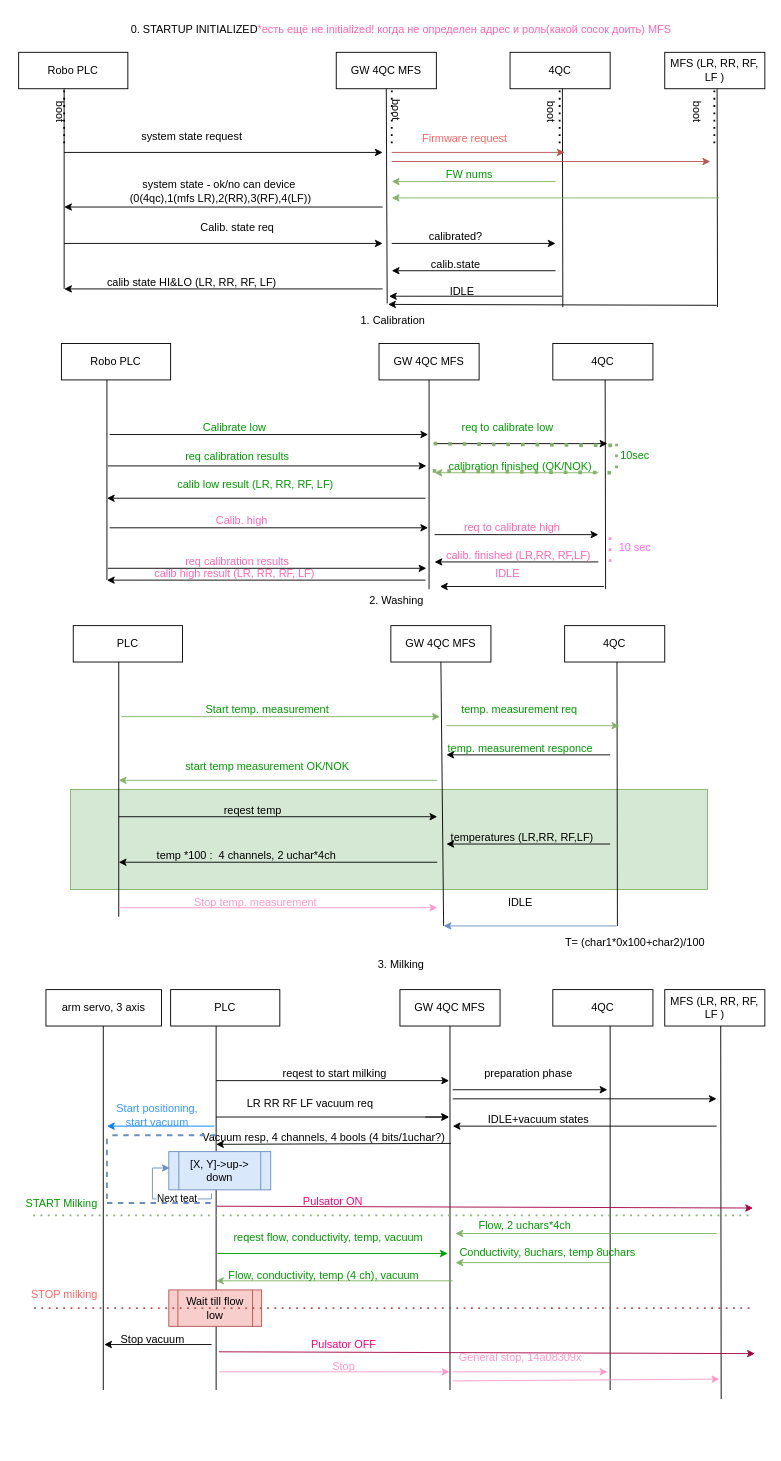
megavad/Diagrams keeps this draw.io diagram as page "GW system" (4 of 4) of gateway_farmcan.drawio. Above is the earlier version. Source tidied: cells renumbered, new cells numbered last; positions are measured from the earlier drawing's top-left corner, leaving out a move shared by most shapes. Both pictures are drawn from the tidied source at 91%, with x=0, y=0 at pixel (15, 15).
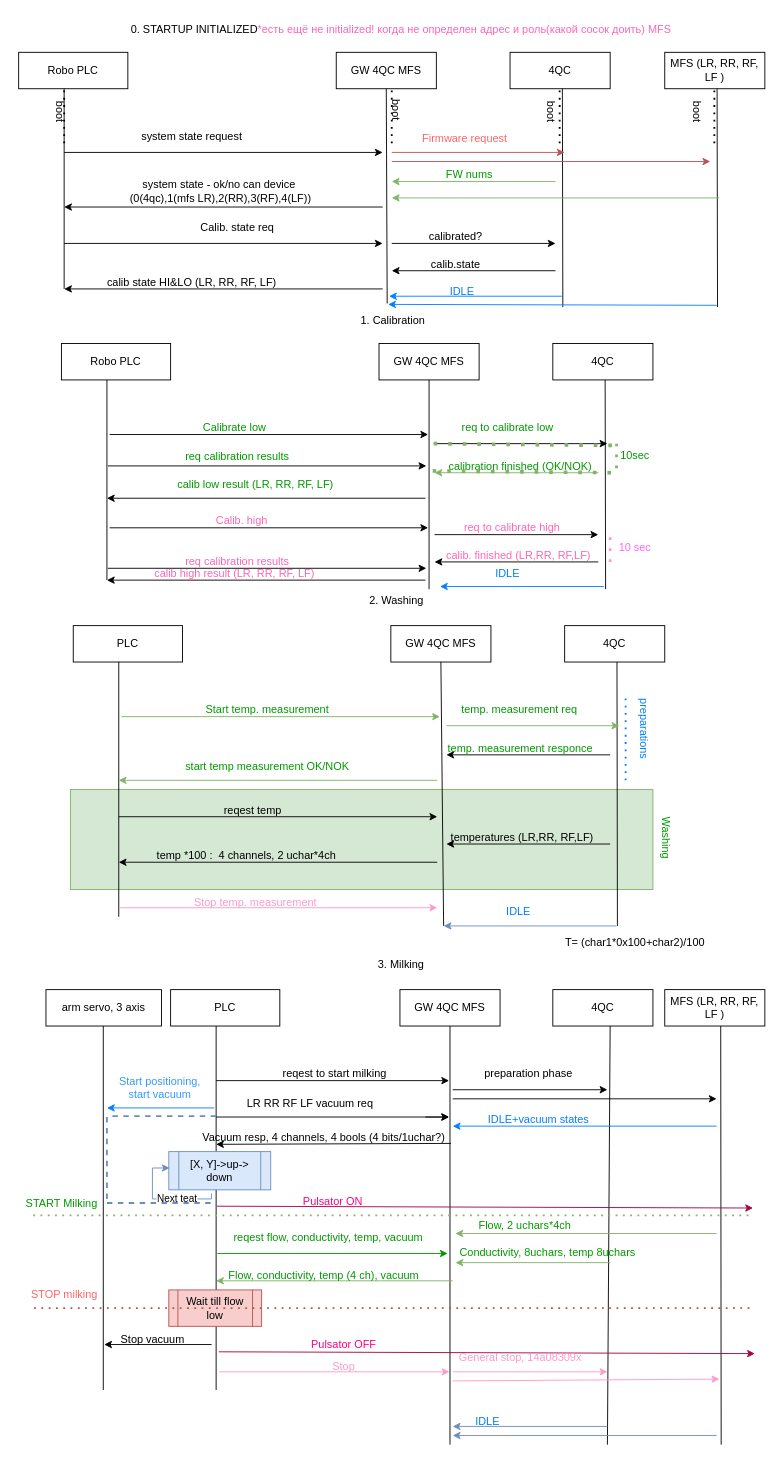
The same diagram, later.

The change refers to these unchanged cells:
```xml
<mxCell id="93" value="GW 4QC MFS" style="rounded=0;whiteSpace=wrap;html=1;" parent="1" vertex="1">
  <mxGeometry x="422" y="1070" width="110" height="40" as="geometry" />
</mxCell>
<mxCell id="120" value="Vacuum resp, 4 channels, 4 bools (4 bits/1uchar?)" style="text;html=1;align=center;verticalAlign=middle;points=[];strokeColor=none;fillColor=none;" parent="1" vertex="1">
  <mxGeometry x="193" y="1218" width="290" height="30" as="geometry" />
</mxCell>
```

What changed in the source:
```diff
@@
     <mxCell id="2" style="rounded=0;whiteSpace=wrap;html=1;fillColor=#d5e8d4;strokeColor=#82b366;" parent="1" vertex="1">
-      <mxGeometry x="60" y="850" width="700" height="110" as="geometry" />
+      <mxGeometry x="60" y="850" width="640" height="110" as="geometry" />
     </mxCell>
@@
-    <mxCell id="90" value="IDLE" style="text;html=1;align=center;verticalAlign=middle;strokeColor=none;fillColor=none;" parent="1" vertex="1">
-      <mxGeometry x="529" y="960" width="50" height="30" as="geometry" />
+    <mxCell id="90" value="IDLE" style="text;html=1;align=center;verticalAlign=middle;strokeColor=none;fillColor=none;fontColor=#007FFF;" parent="1" vertex="1">
+      <mxGeometry x="527" y="970" width="50" height="30" as="geometry" />
     </mxCell>
-    <mxCell id="91" style="endArrow=classic;html=1;rounded=0;" parent="1" edge="1">
+    <mxCell id="91" style="endArrow=classic;html=1;rounded=0;strokeColor=#007FFF;" parent="1" edge="1">
       <mxGeometry relative="1" as="geometry">
         <mxPoint x="646" y="627" as="sourcePoint" />
         <mxPoint x="466" y="627" as="targetPoint" />
       </mxGeometry>
     </mxCell>
-    <mxCell id="92" value="IDLE" style="text;html=1;align=center;verticalAlign=middle;strokeColor=none;fillColor=none;fontColor=#FF66B3;" parent="1" vertex="1">
+    <mxCell id="92" value="IDLE" style="text;html=1;align=center;verticalAlign=middle;strokeColor=none;fillColor=none;fontColor=#007FFF;" parent="1" vertex="1">
       <mxGeometry x="515" y="598" width="50" height="30" as="geometry" />
     </mxCell>
@@
     <mxCell id="95" style="endArrow=none;html=1;rounded=0;entryX=0.5;entryY=1;entryDx=0;entryDy=0;" parent="1" edge="1" target="93">
       <mxGeometry relative="1" as="geometry">
-        <mxPoint x="477" y="1510" as="sourcePoint" />
+        <mxPoint x="477" y="1570" as="sourcePoint" />
       </mxGeometry>
     </mxCell>
@@
     <mxCell id="99" style="endArrow=none;html=1;rounded=0;entryX=0.5;entryY=1;entryDx=0;entryDy=0;" parent="1" edge="1">
       <mxGeometry relative="1" as="geometry">
-        <mxPoint x="653" y="1510" as="sourcePoint" />
+        <mxPoint x="650" y="1570" as="sourcePoint" />
         <mxPoint x="653" y="1110" as="targetPoint" />
       </mxGeometry>
     </mxCell>
@@
     <mxCell id="112" style="endArrow=none;html=1;rounded=0;entryX=0.5;entryY=1;entryDx=0;entryDy=0;" parent="1" edge="1">
       <mxGeometry relative="1" as="geometry">
-        <mxPoint x="775" y="1520" as="sourcePoint" />
+        <mxPoint x="775" y="1570" as="sourcePoint" />
         <mxPoint x="774.5" y="1110" as="targetPoint" />
       </mxGeometry>
     </mxCell>
@@
-    <mxCell id="114" style="endArrow=classic;html=1;rounded=0;" parent="1" edge="1">
+    <mxCell id="114" style="endArrow=classic;html=1;rounded=0;strokeColor=#007FFF;" parent="1" edge="1">
       <mxGeometry relative="1" as="geometry">
         <mxPoint x="770" y="1220" as="sourcePoint" />
         <mxPoint x="480" y="1220" as="targetPoint" />
       </mxGeometry>
     </mxCell>
-    <mxCell id="115" value="IDLE+vacuum states" style="text;html=1;align=center;verticalAlign=middle;strokeColor=none;fillColor=none;" parent="1" vertex="1">
+    <mxCell id="115" value="IDLE+vacuum states" style="text;html=1;align=center;verticalAlign=middle;strokeColor=none;fillColor=none;fontColor=#007FFF;" parent="1" vertex="1">
       <mxGeometry x="509" y="1198" width="130" height="30" as="geometry" />
     </mxCell>
@@
     <mxCell id="122" style="endArrow=classic;html=1;rounded=0;fontColor=#007FFF;strokeColor=#007FFF;" parent="1" edge="1">
       <mxGeometry relative="1" as="geometry">
-        <mxPoint x="218" y="1220" as="sourcePoint" />
-        <mxPoint x="100" y="1220" as="targetPoint" />
+        <mxPoint x="218" y="1200" as="sourcePoint" />
+        <mxPoint x="100" y="1200" as="targetPoint" />
       </mxGeometry>
     </mxCell>
@@
     <mxCell id="124" value="Start positioning,&lt;div&gt;start vacuum&lt;/div&gt;" style="text;html=1;align=center;verticalAlign=middle;strokeColor=none;fillColor=none;fontColor=#3399FF;" parent="1" vertex="1">
-      <mxGeometry x="100" y="1188" width="110" height="40" as="geometry" />
+      <mxGeometry x="103" y="1158" width="110" height="40" as="geometry" />
     </mxCell>
@@
-    <mxCell id="145" style="endArrow=classic;html=1;rounded=0;" parent="1" edge="1">
+    <mxCell id="145" style="endArrow=classic;html=1;rounded=0;strokeColor=#007FFF;" parent="1" edge="1">
       <mxGeometry relative="1" as="geometry">
         <mxPoint x="600" y="308" as="sourcePoint" />
         <mxPoint x="410" y="308" as="targetPoint" />
       </mxGeometry>
     </mxCell>
-    <mxCell id="146" style="endArrow=classic;html=1;rounded=0;" parent="1" edge="1">
+    <mxCell id="146" style="endArrow=classic;html=1;rounded=0;strokeColor=#007FFF;" parent="1" edge="1">
       <mxGeometry relative="1" as="geometry">
         <mxPoint x="770" y="318" as="sourcePoint" />
         <mxPoint x="409" y="317" as="targetPoint" />
       </mxGeometry>
     </mxCell>
-    <mxCell id="147" value="IDLE" style="text;html=1;align=center;verticalAlign=middle;strokeColor=none;fillColor=none;" parent="1" vertex="1">
+    <mxCell id="147" value="IDLE" style="text;html=1;align=center;verticalAlign=middle;strokeColor=none;fillColor=none;fontColor=#007FFF;" parent="1" vertex="1">
       <mxGeometry x="465" y="288" width="50" height="30" as="geometry" />
     </mxCell>
@@
     <mxCell id="154" style="endArrow=none;dashed=1;html=1;rounded=0;fontColor=#007FFF;fillColor=#dae8fc;strokeColor=#6c8ebf;strokeWidth=2;" parent="1" edge="1">
       <mxGeometry relative="1" as="geometry">
         <mxPoint x="100" y="1300" as="sourcePoint" />
-        <mxPoint x="100" y="1230" as="targetPoint" />
+        <mxPoint x="100" y="1210" as="targetPoint" />
       </mxGeometry>
     </mxCell>
-    <mxCell id="155" style="endArrow=none;dashed=1;html=1;rounded=0;exitX=0.093;exitY=0.4;exitDx=0;exitDy=0;exitPerimeter=0;fontColor=#007FFF;fillColor=#dae8fc;strokeColor=#6c8ebf;strokeWidth=2;" parent="1" edge="1" source="120">
+    <mxCell id="155" style="endArrow=none;dashed=1;html=1;rounded=0;exitX=0.093;exitY=0.4;exitDx=0;exitDy=0;exitPerimeter=0;fontColor=#007FFF;fillColor=#dae8fc;strokeColor=#6c8ebf;strokeWidth=2;" parent="1" edge="1">
       <mxGeometry relative="1" as="geometry">
-        <mxPoint x="100" y="1230" as="targetPoint" />
+        <mxPoint x="220" y="1209" as="sourcePoint" />
+        <mxPoint x="100" y="1209" as="targetPoint" />
+        <Array as="points">
+          <mxPoint x="160" y="1209" />
+        </Array>
       </mxGeometry>
     </mxCell>
@@
+    <mxCell id="164" value="Washing" style="text;html=1;align=center;verticalAlign=middle;strokeColor=none;fillColor=none;rotation=90;fontColor=#009900;" parent="1" vertex="1">
+      <mxGeometry x="680" y="888" width="70" height="30" as="geometry" />
+    </mxCell>
+    <mxCell id="165" style="endArrow=none;dashed=1;html=1;dashPattern=1 3;strokeWidth=2;rounded=0;strokeColor=#007FFF;" parent="1" edge="1">
+      <mxGeometry relative="1" as="geometry">
+        <mxPoint x="670" y="840" as="sourcePoint" />
+        <mxPoint x="670" y="750" as="targetPoint" />
+      </mxGeometry>
+    </mxCell>
+    <mxCell id="166" value="preparations" style="text;html=1;align=center;verticalAlign=middle;strokeColor=none;fillColor=none;rotation=90;fontColor=#007FFF;" parent="1" vertex="1">
+      <mxGeometry x="645" y="768" width="90" height="30" as="geometry" />
+    </mxCell>
+    <mxCell id="167" style="endArrow=classic;html=1;rounded=0;fillColor=#dae8fc;strokeColor=#6c8ebf;" parent="1" edge="1">
+      <mxGeometry relative="1" as="geometry">
+        <mxPoint x="650" y="1550" as="sourcePoint" />
+        <mxPoint x="480" y="1550" as="targetPoint" />
+      </mxGeometry>
+    </mxCell>
+    <mxCell id="168" style="endArrow=classic;html=1;rounded=0;fillColor=#dae8fc;strokeColor=#6c8ebf;" parent="1" edge="1">
+      <mxGeometry relative="1" as="geometry">
+        <mxPoint x="770" y="1560" as="sourcePoint" />
+        <mxPoint x="480" y="1560" as="targetPoint" />
+      </mxGeometry>
+    </mxCell>
+    <mxCell id="169" value="IDLE" style="text;html=1;align=center;verticalAlign=middle;strokeColor=none;fillColor=none;fontColor=#007FFF;" parent="1" vertex="1">
+      <mxGeometry x="493" y="1530" width="50" height="30" as="geometry" />
+    </mxCell>
```
